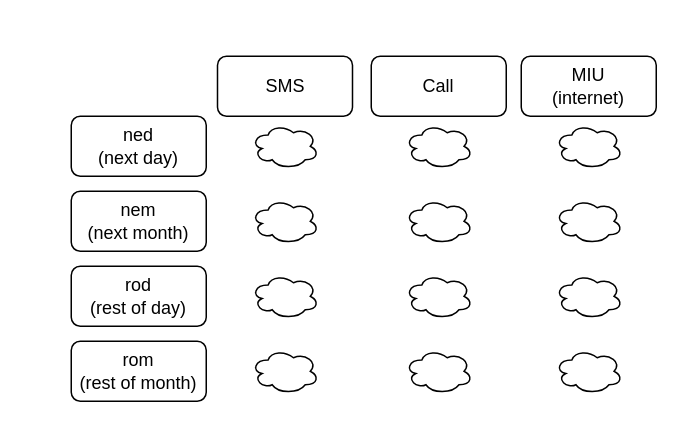
Above: page "Overview Models" (7 of 10) of diagrams.drawio in DannyDannyDanny/methodology (draw.io), before the change. Source tidied: cells renumbered, new cells numbered last; positions are measured from the earlier drawing's top-left corner, leaving out a move shared by most shapes. Both pictures are drawn from the tidied source at 150%, with x=0, y=0 at pixel (70, 56).
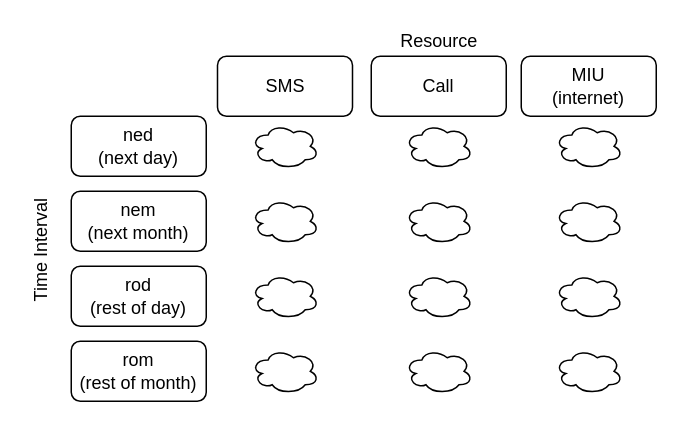
The same page after the edit.

The edit, as a diff of the source:
```diff
@@
+    <mxCell id="21" value="Resource" style="text;html=1;align=center;verticalAlign=middle;strokeColor=none;" parent="1" vertex="1">
+      <mxGeometry x="210" y="-20" width="70" height="20" as="geometry" />
+    </mxCell>
+    <mxCell id="22" value="Time Interval" style="text;html=1;align=center;verticalAlign=middle;strokeColor=none;rotation=-90;" parent="1" vertex="1">
+      <mxGeometry x="-60" y="120" width="80" height="20" as="geometry" />
+    </mxCell>
```
